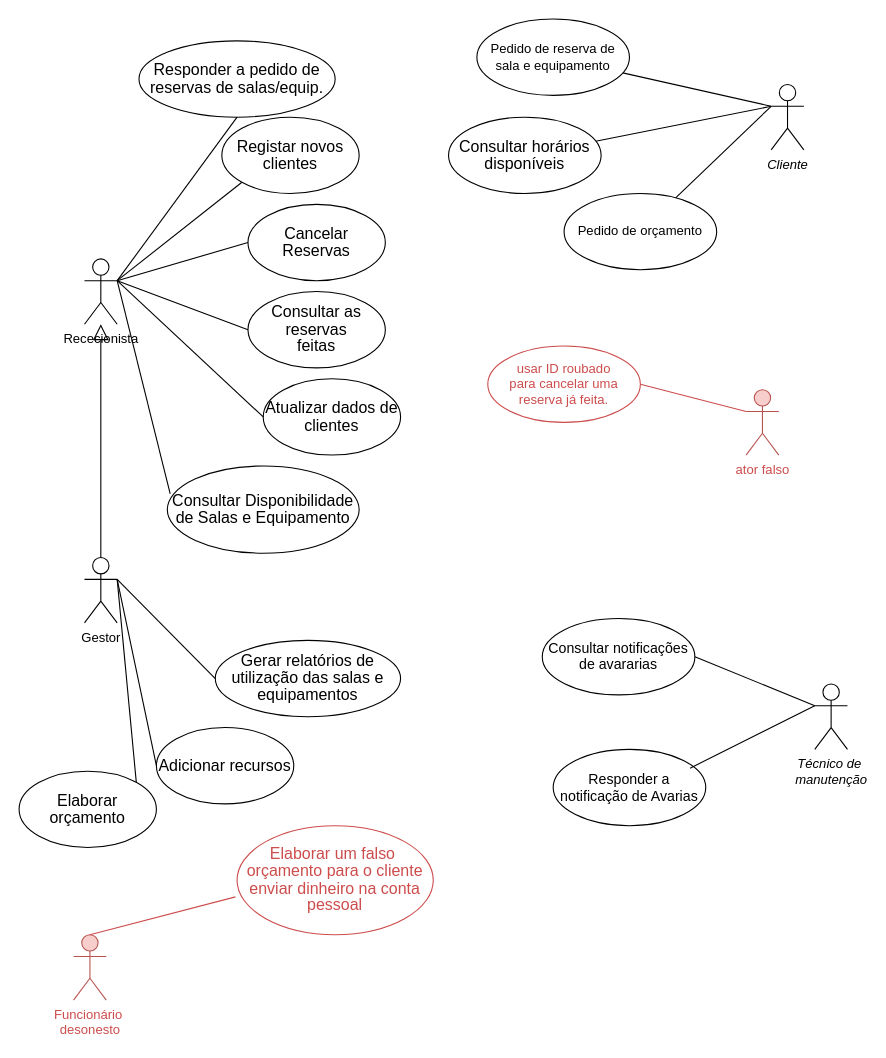
The draw.io diagram page "Com casos indevidos" (2 of 2) of projeto case use.drawio in ic3K1ng/Rooms-Equipments, before the edit. Source tidied: cells renumbered, new cells numbered last; positions are measured from the earlier drawing's top-left corner, leaving out a move shared by most shapes. Both pictures are drawn from the tidied source at 109%, with x=0, y=0 at pixel (19, 19).
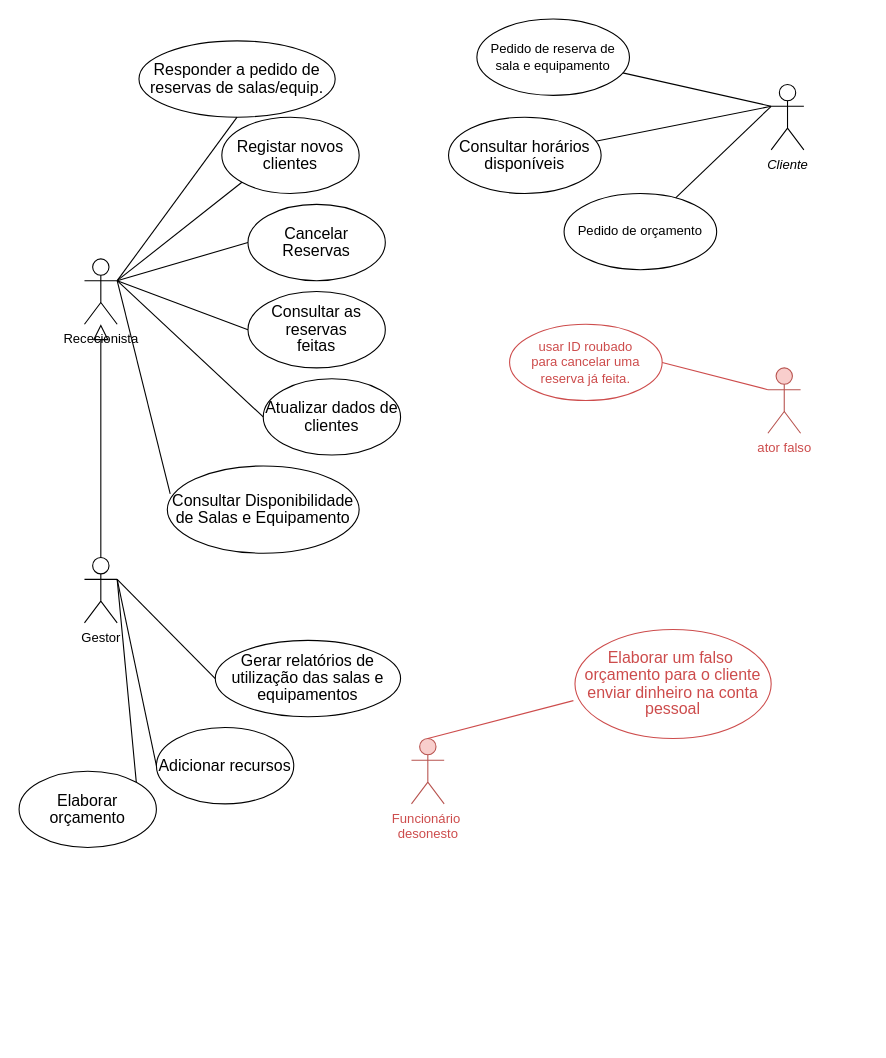
The same diagram, later.

The edit, as a diff of the source:
```diff
@@
-    <mxCell id="22" value="&lt;i&gt;Técnico de&amp;nbsp;&lt;/i&gt;&lt;div&gt;&lt;i&gt;manutenção&lt;/i&gt;&lt;/div&gt;" style="shape=umlActor;html=1;verticalLabelPosition=bottom;verticalAlign=top;align=center;" parent="1" vertex="1">
-      <mxGeometry x="730" y="610" width="30" height="60" as="geometry" />
-    </mxCell>
@@
-    <mxCell id="25" value="&lt;span style=&quot;line-height: 107%; font-size: 13px;&quot;&gt;Consultar notificações de avararias&lt;/span&gt;" style="ellipse;whiteSpace=wrap;html=1;" parent="1" vertex="1">
-      <mxGeometry x="480" y="550" width="140" height="70" as="geometry" />
-    </mxCell>
-    <mxCell id="26" style="edgeStyle=none;html=1;endArrow=none;verticalAlign=bottom;rounded=0;exitX=1;exitY=0.5;exitDx=0;exitDy=0;entryX=0;entryY=0.3333333333333333;entryDx=0;entryDy=0;entryPerimeter=0;" parent="1" edge="1" source="25" target="22">
-      <mxGeometry relative="1" as="geometry" />
-    </mxCell>
@@
-    <mxCell id="29" value="&lt;span style=&quot;font-size: 13px;&quot;&gt;Responder a notificação de Avarias&lt;/span&gt;" style="ellipse;whiteSpace=wrap;html=1;" parent="1" vertex="1">
-      <mxGeometry x="490" y="670" width="140" height="70" as="geometry" />
-    </mxCell>
-    <mxCell id="30" style="edgeStyle=none;html=1;endArrow=none;verticalAlign=bottom;rounded=0;exitX=0.897;exitY=0.246;exitDx=0;exitDy=0;exitPerimeter=0;entryX=0;entryY=0.3333333333333333;entryDx=0;entryDy=0;entryPerimeter=0;" parent="1" edge="1" source="29" target="22">
-      <mxGeometry relative="1" as="geometry" />
-    </mxCell>
     <mxCell id="31" value="&lt;font color=&quot;#cd4c4c&quot;&gt;Funcionário&amp;nbsp;&lt;/font&gt;&lt;div&gt;&lt;font color=&quot;#cd4c4c&quot;&gt;desonesto&lt;/font&gt;&lt;/div&gt;" style="shape=umlActor;html=1;verticalLabelPosition=bottom;verticalAlign=top;align=center;fillColor=#f8cecc;strokeColor=#b85450;" parent="1" vertex="1">
-      <mxGeometry x="50" y="840" width="30" height="60" as="geometry" />
+      <mxGeometry x="360" y="660" width="30" height="60" as="geometry" />
     </mxCell>
     <mxCell id="32" value="&lt;font color=&quot;#cd4c4c&quot;&gt;ator falso&lt;/font&gt;" style="shape=umlActor;html=1;verticalLabelPosition=bottom;verticalAlign=top;align=center;fillColor=#f8cecc;strokeColor=#b85450;" parent="1" vertex="1">
-      <mxGeometry x="667" y="340" width="30" height="60" as="geometry" />
+      <mxGeometry x="687" y="320" width="30" height="60" as="geometry" />
     </mxCell>
     <mxCell id="33" value="&lt;font color=&quot;#cd4c4c&quot;&gt;usar ID roubado&lt;/font&gt;&lt;div&gt;&lt;font color=&quot;#cd4c4c&quot;&gt;para cancelar uma reserva já feita.&lt;/font&gt;&lt;/div&gt;" style="ellipse;whiteSpace=wrap;html=1;strokeColor=#CD4C4C;" parent="1" vertex="1">
-      <mxGeometry x="430" y="300" width="140" height="70" as="geometry" />
+      <mxGeometry x="450" y="280" width="140" height="70" as="geometry" />
     </mxCell>
@@
     <mxCell id="40" value="&lt;span style=&quot;font-size:11.0pt;line-height:107%;&lt;br/&gt;font-family:&amp;quot;Aptos&amp;quot;,sans-serif;mso-ascii-theme-font:minor-latin;mso-fareast-font-family:&lt;br/&gt;Aptos;mso-fareast-theme-font:minor-latin;mso-hansi-theme-font:minor-latin;&lt;br/&gt;mso-bidi-font-family:Arial;mso-bidi-theme-font:minor-bidi;mso-ansi-language:&lt;br/&gt;PT;mso-fareast-language:EN-US;mso-bidi-language:AR-SA&quot;&gt;&lt;font color=&quot;#cd4c4c&quot;&gt;Elaborar um falso&amp;nbsp; orçamento para o cliente enviar dinheiro na conta pessoal&lt;/font&gt;&lt;/span&gt;" style="ellipse;whiteSpace=wrap;html=1;fontStyle=0;strokeColor=#CD4C4C;" parent="1" vertex="1">
-      <mxGeometry x="200" y="740" width="180" height="100" as="geometry" />
+      <mxGeometry x="510" y="560" width="180" height="100" as="geometry" />
     </mxCell>
```
